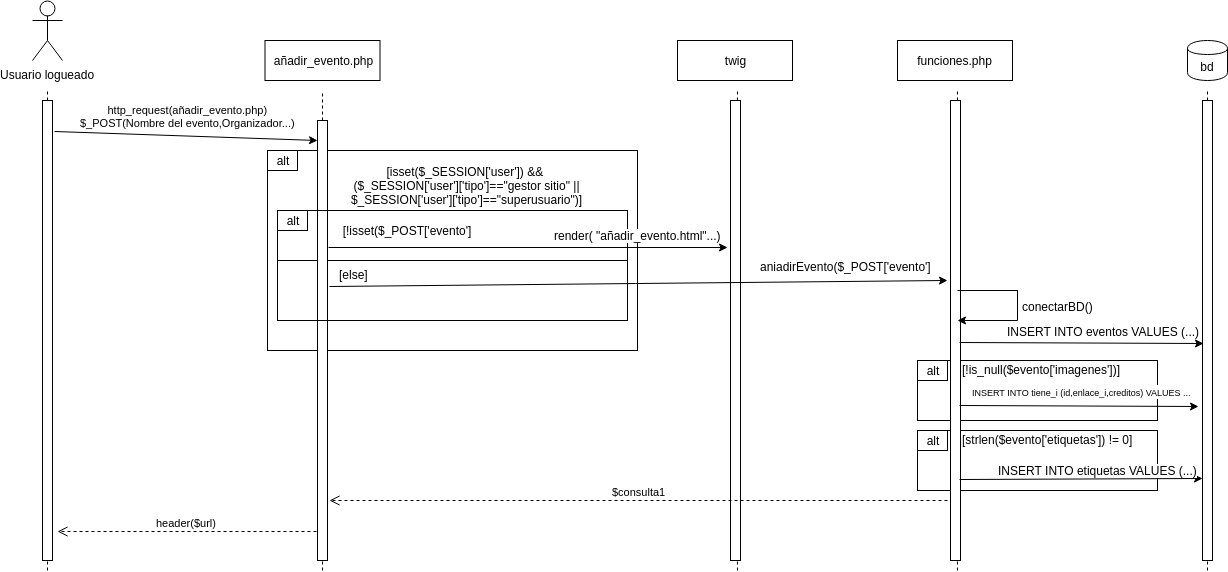
pedrodlz/Practica1_SIBW1819 keeps this draw.io diagram as Practica 3 y 4/html/Diagramas/Diagrama de Secuencia - Añadir Evento.png. Above is the earlier version. Source tidied: cells renumbered, new cells last; positions are measured from the earlier drawing's top-left corner, leaving out a move shared by most shapes.
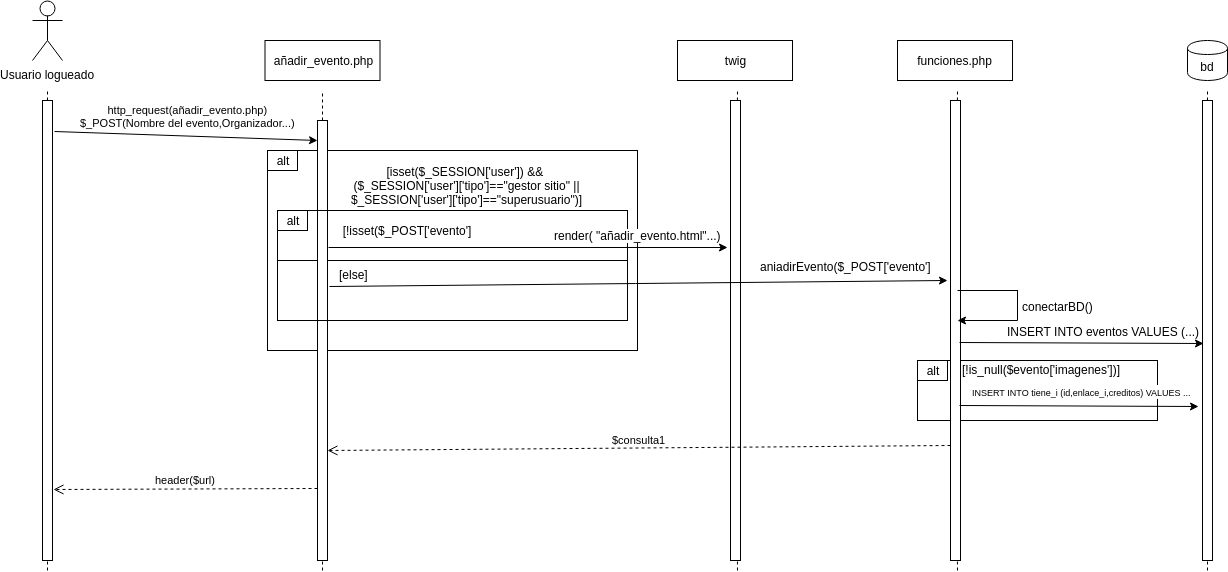
Above is the later version.

Commit message:
Diagramas corregidos

Change to the diagram source:
```diff
@@ -2,9 +2,6 @@
   <root>
     <mxCell id="0" />
     <mxCell id="1" parent="0" />
-    <mxCell id="2" style="rounded=0;whiteSpace=wrap;html=1;" parent="1" vertex="1">
-      <mxGeometry x="885" y="430" width="240" height="60" as="geometry" />
-    </mxCell>
     <mxCell id="3" style="rounded=0;whiteSpace=wrap;html=1;" parent="1" vertex="1">
       <mxGeometry x="885" y="360" width="240" height="60" as="geometry" />
     </mxCell>
@@ -171,26 +168,10 @@
         <mxPoint x="-28" y="-15.5" as="offset" />
       </mxGeometry>
     </mxCell>
-    <mxCell id="47" value="alt&lt;br&gt;" style="rounded=0;whiteSpace=wrap;html=1;" parent="1" vertex="1">
-      <mxGeometry x="885" y="430" width="30" height="20" as="geometry" />
-    </mxCell>
-    <mxCell id="48" value="[strlen($evento['etiquetas']) != 0]" style="text;html=1;align=left;verticalAlign=top;spacingTop=-4;" parent="1" vertex="1">
-      <mxGeometry x="928" y="430" width="190" height="20" as="geometry" />
-    </mxCell>
-    <mxCell id="49" style="endArrow=classic;html=1;exitX=0.9;exitY=0.824;exitDx=0;exitDy=0;exitPerimeter=0;entryX=0;entryY=0.822;entryDx=0;entryDy=0;entryPerimeter=0;" parent="1" edge="1" source="30" target="39">
-      <mxGeometry relative="1" as="geometry" />
-    </mxCell>
-    <mxCell id="50" value="INSERT INTO etiquetas VALUES (...)" style="text;html=1;align=center;verticalAlign=middle;labelBackgroundColor=#ffffff;" parent="49" vertex="1">
-      <mxGeometry x="0.41" relative="1" as="geometry">
-        <mxPoint x="-33" y="-8.5" as="offset" />
-      </mxGeometry>
-    </mxCell>
-    <mxCell id="51" value="$consulta1" style="html=1;verticalAlign=bottom;endArrow=open;dashed=1;endSize=8;entryX=1.2;entryY=0.864;entryDx=0;entryDy=0;entryPerimeter=0;" parent="1" edge="1" target="12">
-      <mxGeometry relative="1" as="geometry">
-        <mxPoint x="915" y="500" as="sourcePoint" />
-      </mxGeometry>
+    <mxCell id="51" value="$consulta1" style="html=1;verticalAlign=bottom;endArrow=open;dashed=1;endSize=8;entryX=1;entryY=0.75;entryDx=0;entryDy=0;exitX=0;exitY=0.75;exitDx=0;exitDy=0;" parent="1" edge="1" source="30" target="12">
+      <mxGeometry relative="1" as="geometry" />
     </mxCell>
-    <mxCell id="52" value="header($url)" style="html=1;verticalAlign=bottom;endArrow=open;dashed=1;endSize=8;exitX=-0.1;exitY=0.934;exitDx=0;exitDy=0;exitPerimeter=0;entryX=1.5;entryY=0.937;entryDx=0;entryDy=0;entryPerimeter=0;" parent="1" edge="1" source="12" target="7">
+    <mxCell id="52" value="header($url)" style="html=1;verticalAlign=bottom;endArrow=open;dashed=1;endSize=8;exitX=0;exitY=0.836;exitDx=0;exitDy=0;exitPerimeter=0;entryX=1.1;entryY=0.846;entryDx=0;entryDy=0;entryPerimeter=0;" parent="1" edge="1" source="12" target="7">
       <mxGeometry relative="1" as="geometry" />
     </mxCell>
   </root>
```
